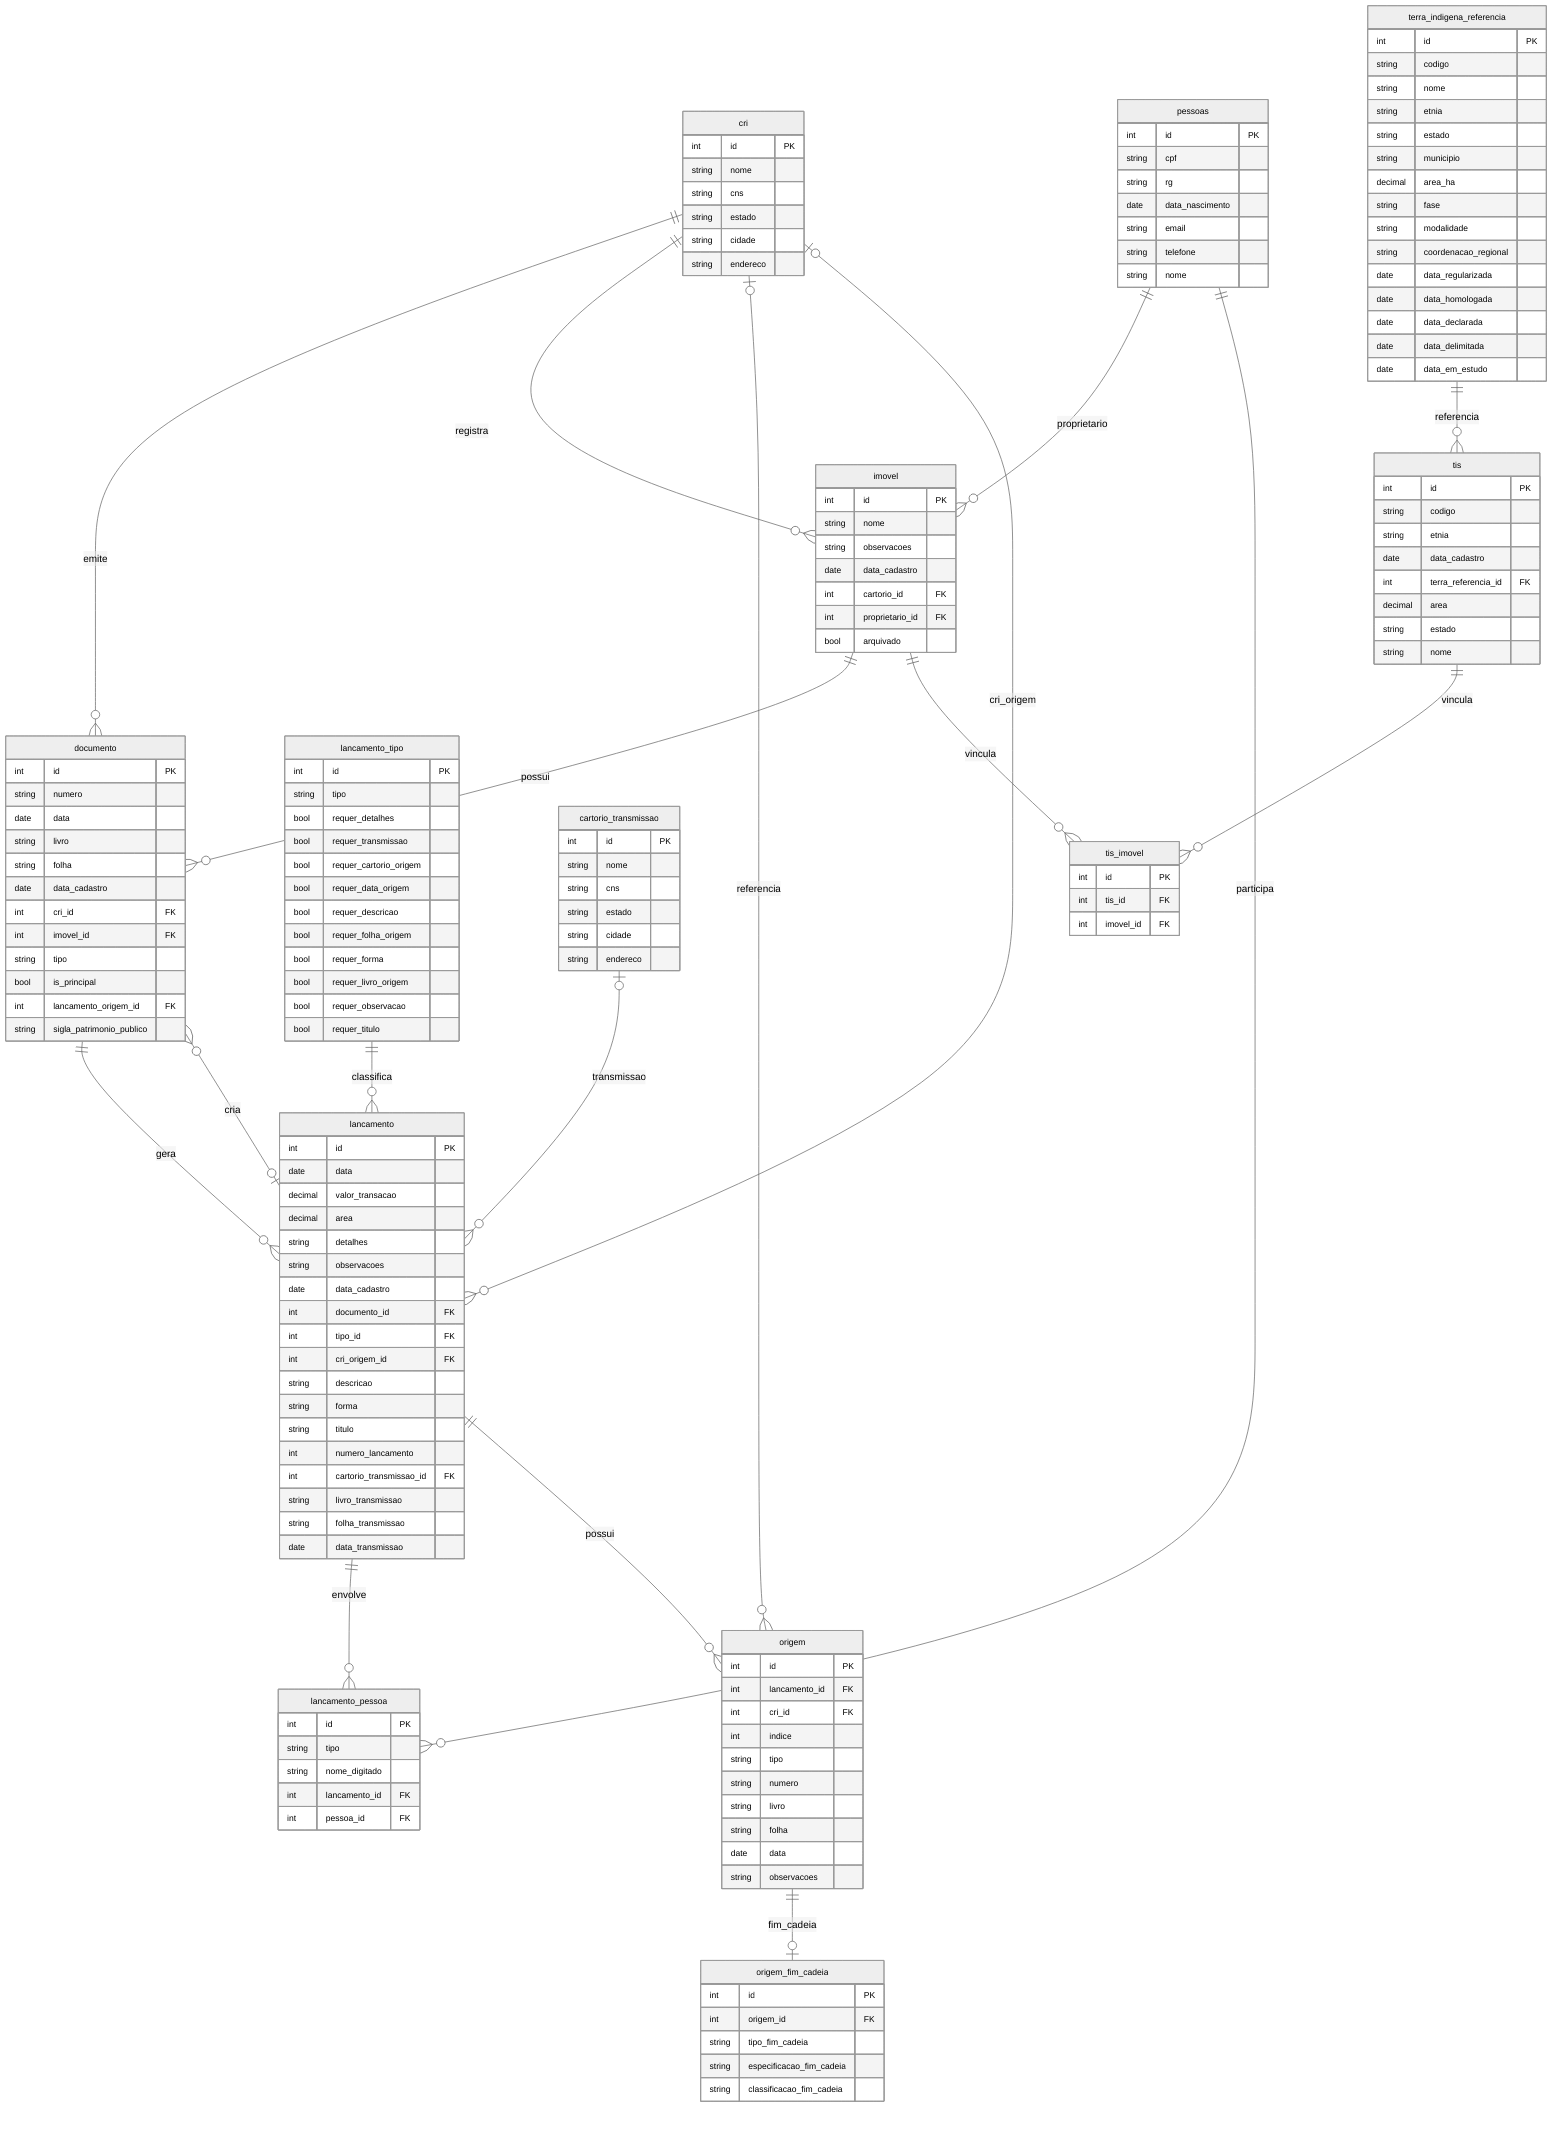
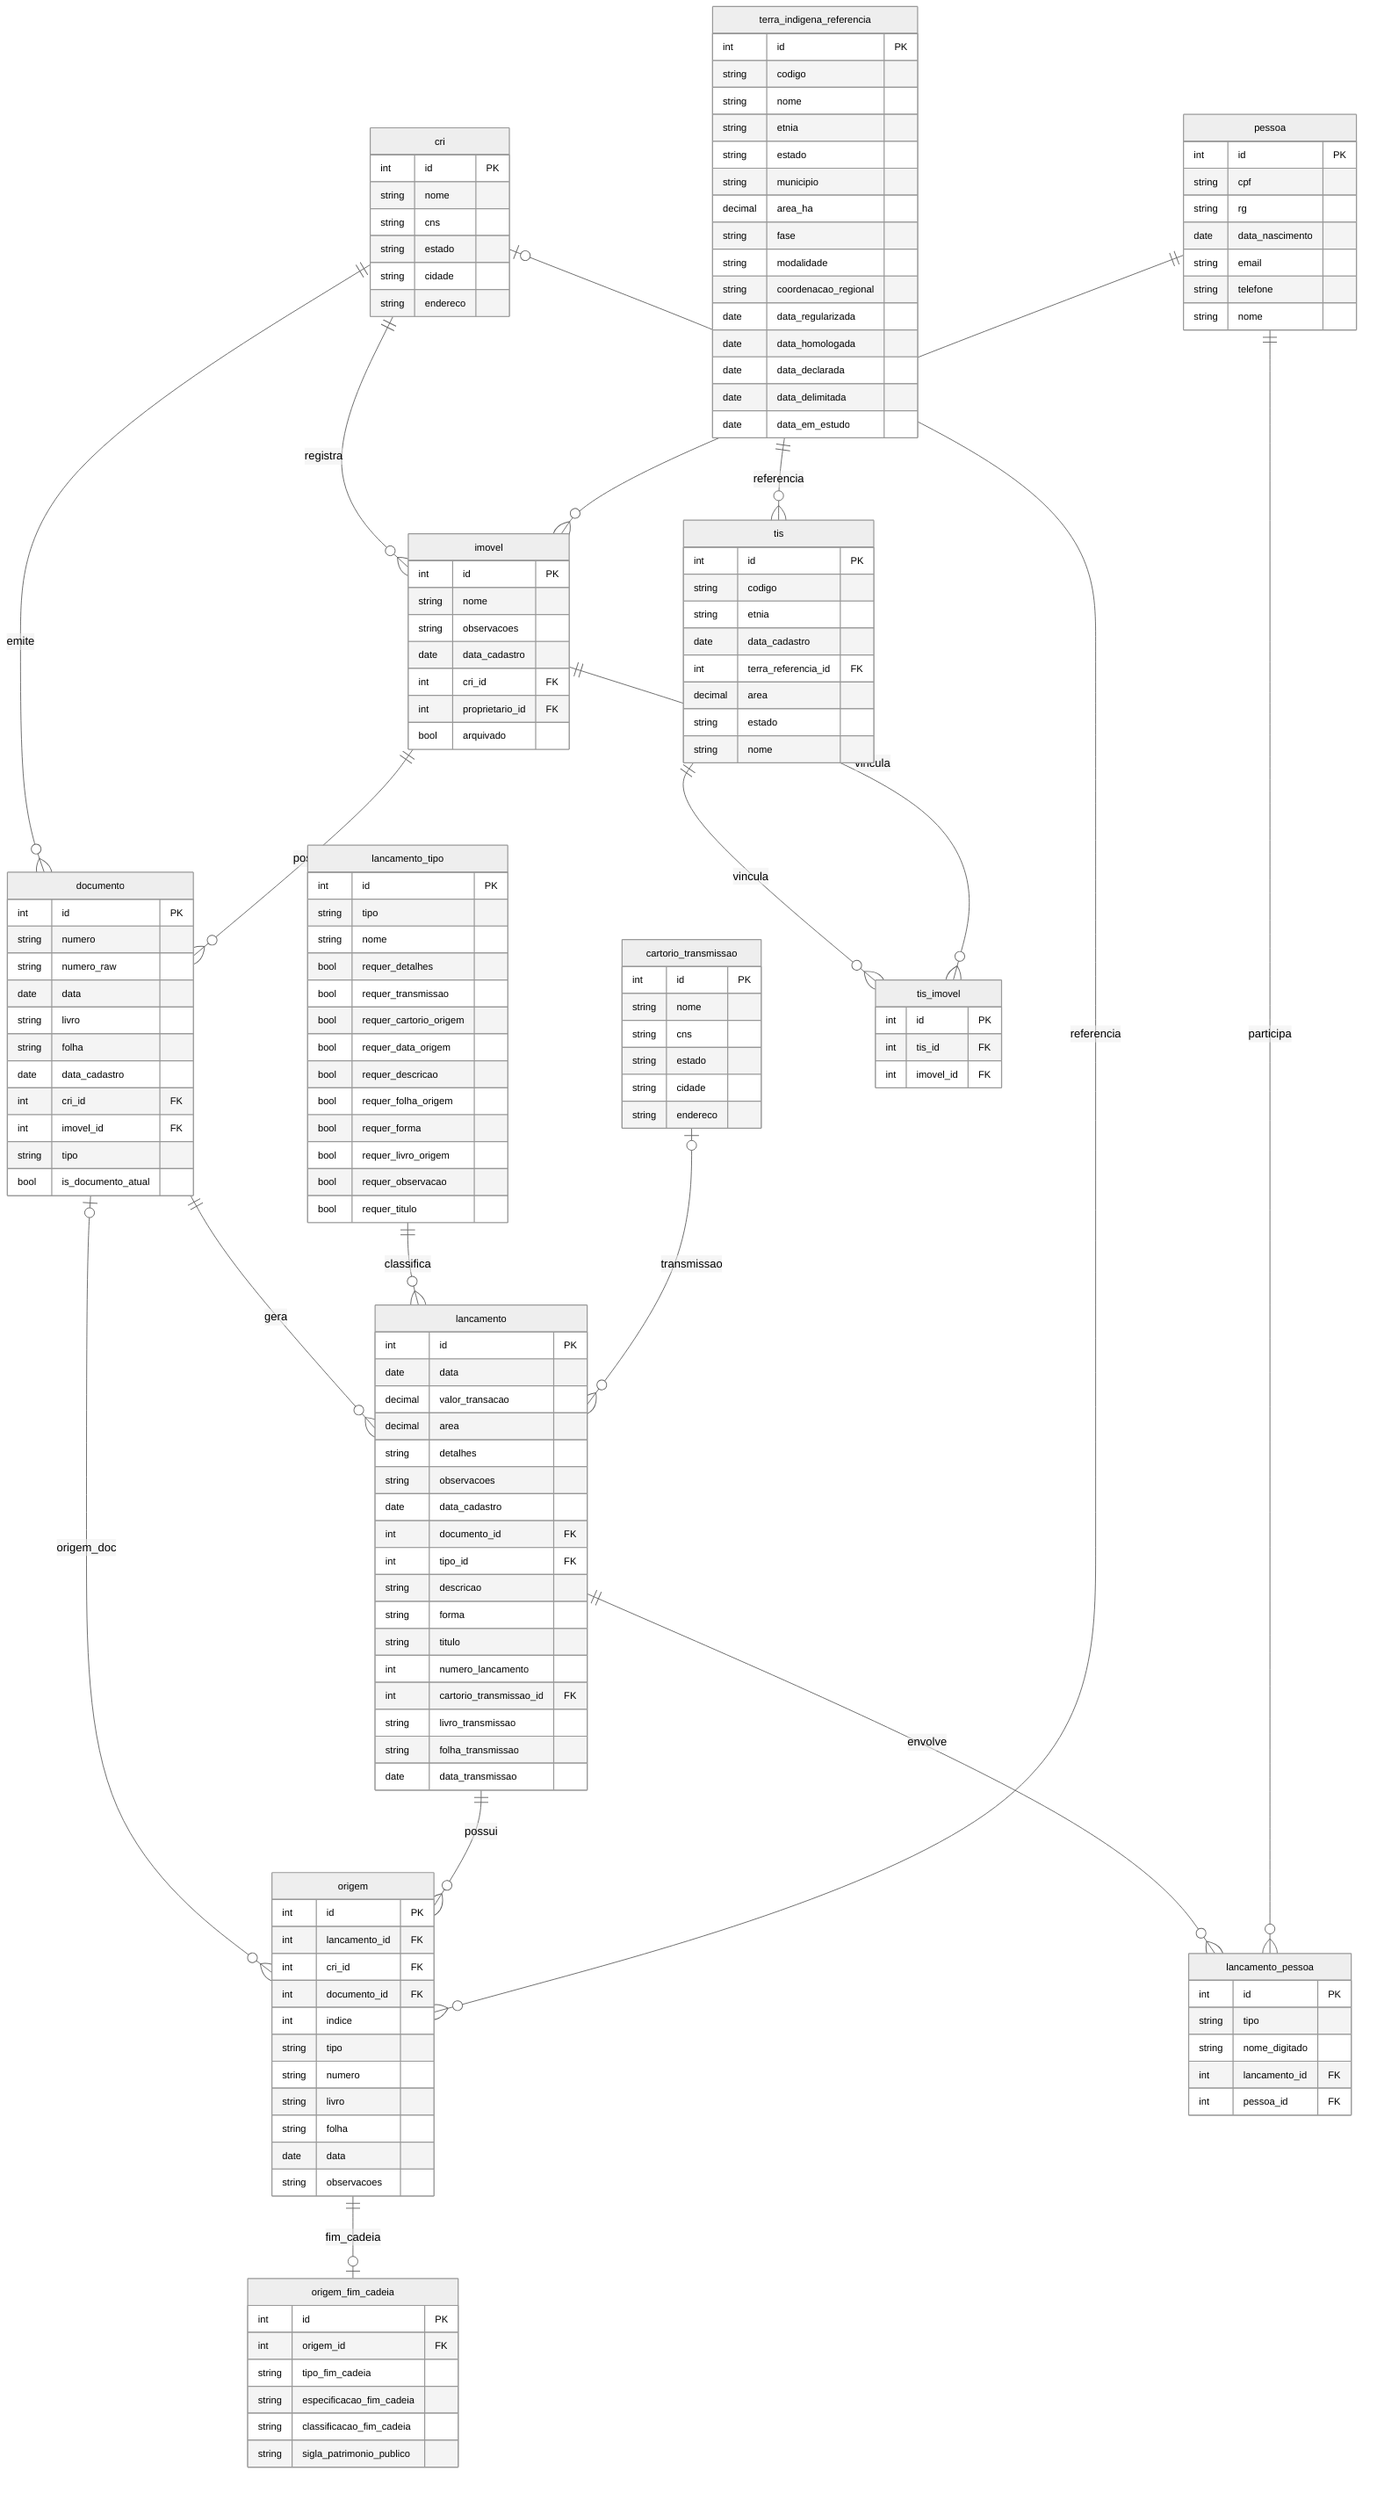
%%{init: {"theme":"neutral","er":{"layoutDirection":"LR","minEntityWidth":180,"minEntityHeight":90,"entityPadding":12},"themeVariables":{"fontSize":"12px"}}}%%
erDiagram
    cri ||--o{ documento : emite
    cri ||--o{ imovel : registra
    imovel ||--o{ documento : possui
-     pessoas ||--o{ imovel : proprietario
+     pessoa ||--o{ imovel : proprietario
    documento ||--o{ lancamento : gera
-     lancamento o|--o{ documento : cria
+     documento o|--o{ origem : origem_doc
    lancamento_tipo ||--o{ lancamento : classifica
    lancamento ||--o{ lancamento_pessoa : envolve
-     pessoas ||--o{ lancamento_pessoa : participa
+     pessoa ||--o{ lancamento_pessoa : participa
    lancamento ||--o{ origem : possui
    origem ||--o| origem_fim_cadeia : fim_cadeia
    cri o|--o{ origem : referencia
-     cri o|--o{ lancamento : cri_origem
    cartorio_transmissao o|--o{ lancamento : transmissao
    tis ||--o{ tis_imovel : vincula
    imovel ||--o{ tis_imovel : vincula
    terra_indigena_referencia ||--o{ tis : referencia

    cri {
      int id PK
      string nome
      string cns
      string estado
      string cidade
      string endereco
    }

    cartorio_transmissao {
      int id PK
      string nome
      string cns
      string estado
      string cidade
      string endereco
    }

-     pessoas {
+     pessoa {
      int id PK
      string cpf
      string rg
      date data_nascimento
      string email
      string telefone
      string nome
    }

    imovel {
      int id PK
      string nome
      string observacoes
      date data_cadastro
-       int cartorio_id FK
+       int cri_id FK
      int proprietario_id FK
      bool arquivado
    }

    documento {
      int id PK
      string numero
+       string numero_raw
      date data
      string livro
      string folha
      date data_cadastro
      int cri_id FK
      int imovel_id FK
      string tipo
-       bool is_principal
-       int lancamento_origem_id FK
-       string sigla_patrimonio_publico
+       bool is_documento_atual
    }

    lancamento_tipo {
      int id PK
      string tipo
+       string nome
      bool requer_detalhes
      bool requer_transmissao
      bool requer_cartorio_origem
      bool requer_data_origem
      bool requer_descricao
      bool requer_folha_origem
      bool requer_forma
      bool requer_livro_origem
      bool requer_observacao
      bool requer_titulo
    }

    lancamento {
      int id PK
      date data
      decimal valor_transacao
      decimal area
      string detalhes
      string observacoes
      date data_cadastro
      int documento_id FK
      int tipo_id FK
-       int cri_origem_id FK
      string descricao
      string forma
      string titulo
      int numero_lancamento
      int cartorio_transmissao_id FK
      string livro_transmissao
      string folha_transmissao
      date data_transmissao
    }

    lancamento_pessoa {
      int id PK
      string tipo
      string nome_digitado
      int lancamento_id FK
      int pessoa_id FK
    }

    origem {
      int id PK
      int lancamento_id FK
      int cri_id FK
+       int documento_id FK
      int indice
      string tipo
      string numero
      string livro
      string folha
      date data
      string observacoes
    }

    origem_fim_cadeia {
      int id PK
      int origem_id FK
      string tipo_fim_cadeia
      string especificacao_fim_cadeia
      string classificacao_fim_cadeia
+       string sigla_patrimonio_publico
    }

    tis {
      int id PK
      string codigo
      string etnia
      date data_cadastro
      int terra_referencia_id FK
      decimal area
      string estado
      string nome
    }

    tis_imovel {
      int id PK
      int tis_id FK
      int imovel_id FK
    }

    terra_indigena_referencia {
      int id PK
      string codigo
      string nome
      string etnia
      string estado
      string municipio
      decimal area_ha
      string fase
      string modalidade
      string coordenacao_regional
      date data_regularizada
      date data_homologada
      date data_declarada
      date data_delimitada
      date data_em_estudo
    }
